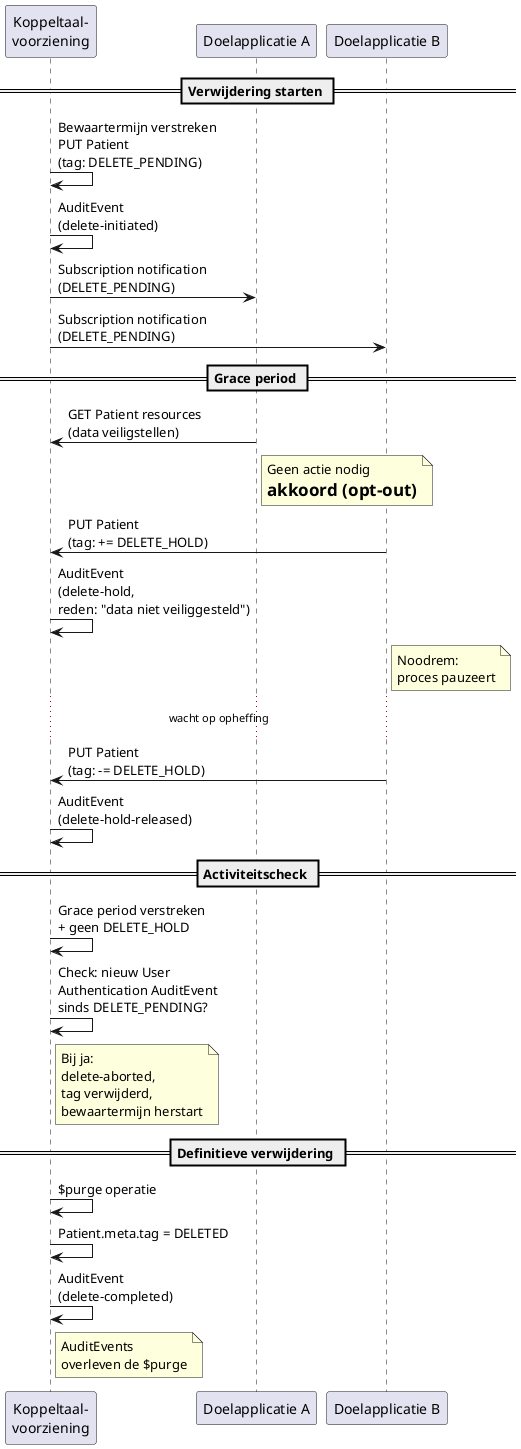
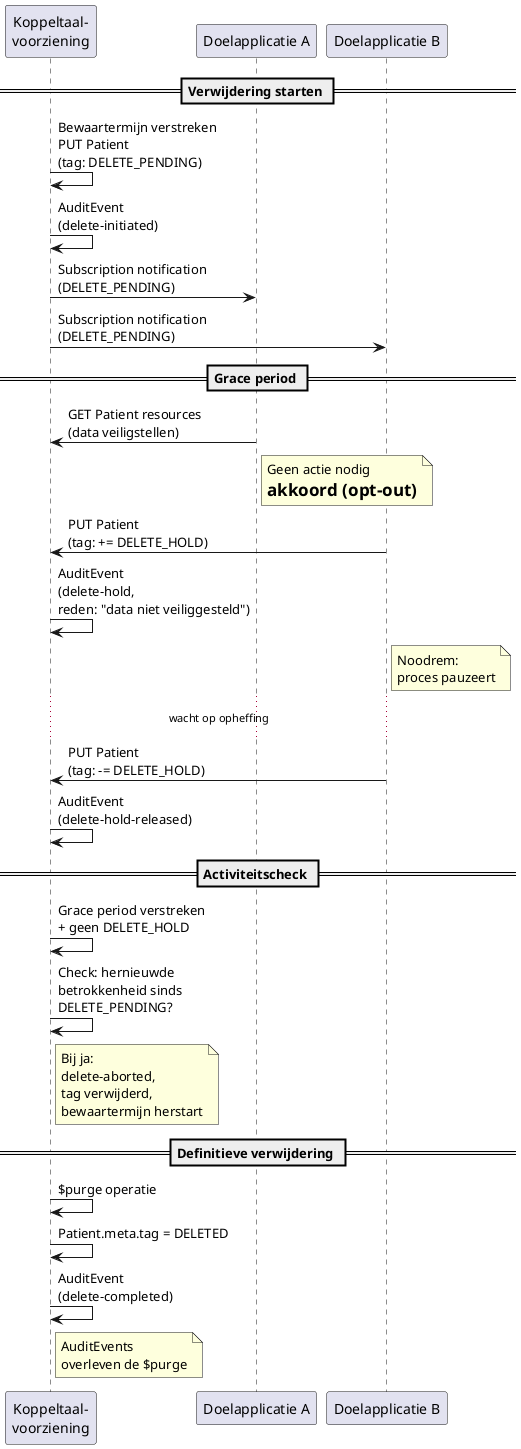
@startuml archivering-interactie

participant "Koppeltaal-\nvoorziening" as KT
participant "Doelapplicatie A" as AppA
participant "Doelapplicatie B" as AppB

== Verwijdering starten ==

KT -> KT : Bewaartermijn verstreken\nPUT Patient\n(tag: DELETE_PENDING)
KT -> KT : AuditEvent\n(delete-initiated)
KT -> AppA : Subscription notification\n(DELETE_PENDING)
KT -> AppB : Subscription notification\n(DELETE_PENDING)

== Grace period ==

AppA -> KT : GET Patient resources\n(data veiligstellen)
note right of AppA : Geen actie nodig\n= akkoord (opt-out)

AppB -> KT : PUT Patient\n(tag: += DELETE_HOLD)
KT -> KT : AuditEvent\n(delete-hold,\nreden: "data niet veiliggesteld")
note right of AppB : Noodrem:\nproces pauzeert

...wacht op opheffing...

AppB -> KT : PUT Patient\n(tag: -= DELETE_HOLD)
KT -> KT : AuditEvent\n(delete-hold-released)

== Activiteitscheck ==

KT -> KT : Grace period verstreken\n+ geen DELETE_HOLD
- KT -> KT : Check: nieuw User\nAuthentication AuditEvent\nsinds DELETE_PENDING?
+ KT -> KT : Check: hernieuwde\nbetrokkenheid sinds\nDELETE_PENDING?
note right of KT : Bij ja:\ndelete-aborted,\ntag verwijderd,\nbewaartermijn herstart

== Definitieve verwijdering ==

KT -> KT : $purge operatie
KT -> KT : Patient.meta.tag = DELETED
KT -> KT : AuditEvent\n(delete-completed)
note right of KT : AuditEvents\noverleven de $purge

@enduml
